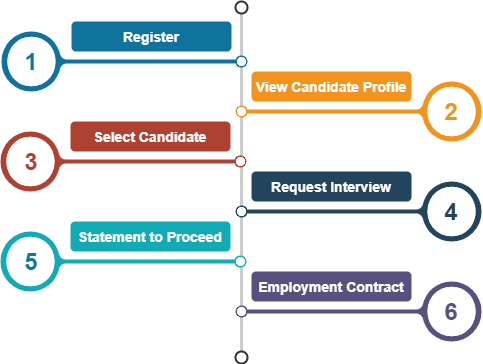
This is dist/img/process2.png from superbyte23/healthcare, a draw.io export, as it was before one commit. Source tidied: cells renumbered, new cells last; positions are measured from the earlier drawing's top-left corner, leaving out a move shared by most shapes. The source it was exported from:
```xml
<mxGraphModel>
  <root>
    <mxCell id="0" />
    <mxCell id="1" parent="0" />
    <mxCell id="2" style="endArrow=none;html=1;strokeWidth=3;strokeColor=#CCCCCC;labelBackgroundColor=none;fontSize=16;rounded=0;entryX=0.5;entryY=0;entryDx=0;entryDy=0;" parent="1" edge="1" source="3" target="4">
      <mxGeometry relative="1" as="geometry" />
    </mxCell>
    <mxCell id="3" style="ellipse;whiteSpace=wrap;html=1;shadow=0;fillColor=none;strokeColor=#333333;fontSize=16;align=center;strokeWidth=2;" parent="1" vertex="1">
      <mxGeometry x="235" width="12" height="12" as="geometry" />
    </mxCell>
    <mxCell id="4" style="ellipse;whiteSpace=wrap;html=1;shadow=0;fillColor=none;strokeColor=#333333;fontSize=16;align=center;strokeWidth=2;" parent="1" vertex="1">
      <mxGeometry x="235" y="350" width="12" height="12" as="geometry" />
    </mxCell>
    <mxCell id="5" style="verticalLabelPosition=middle;verticalAlign=middle;html=1;shape=mxgraph.infographic.circularCallout2;dy=15;strokeColor=#10739E;labelPosition=center;align=left;fontColor=#10739E;fontStyle=1;fontSize=24;shadow=0;direction=north;" parent="1" vertex="1">
      <mxGeometry x="1" y="30" width="246" height="60" as="geometry" />
    </mxCell>
    <mxCell id="6" style="verticalLabelPosition=middle;verticalAlign=middle;html=1;shape=mxgraph.infographic.circularCallout2;dy=15;strokeColor=#F2931E;labelPosition=center;align=center;fontColor=#F2931E;fontStyle=1;fontSize=24;shadow=0;direction=north;flipH=1;" parent="1" vertex="1">
      <mxGeometry x="235" y="80" width="246" height="60" as="geometry" />
    </mxCell>
    <mxCell id="7" style="verticalLabelPosition=middle;verticalAlign=middle;html=1;shape=mxgraph.infographic.circularCallout2;dy=15;strokeColor=#AE4132;labelPosition=center;align=center;fontColor=#10739E;fontStyle=1;fontSize=24;shadow=0;direction=north;" parent="1" vertex="1">
      <mxGeometry y="130" width="246" height="60" as="geometry" />
    </mxCell>
    <mxCell id="8" style="verticalLabelPosition=middle;verticalAlign=middle;html=1;shape=mxgraph.infographic.circularCallout2;dy=15;strokeColor=#23445D;labelPosition=center;align=center;fontColor=#10739E;fontStyle=1;fontSize=24;shadow=0;direction=north;flipH=1;" parent="1" vertex="1">
      <mxGeometry x="235" y="180" width="246" height="60" as="geometry" />
    </mxCell>
    <mxCell id="9" style="verticalLabelPosition=middle;verticalAlign=middle;html=1;shape=mxgraph.infographic.circularCallout2;dy=15;strokeColor=#12AAB5;labelPosition=center;align=center;fontColor=#10739E;fontStyle=1;fontSize=24;shadow=0;direction=north;" parent="1" vertex="1">
      <mxGeometry y="230" width="246" height="60" as="geometry" />
    </mxCell>
    <mxCell id="10" style="verticalLabelPosition=middle;verticalAlign=middle;html=1;shape=mxgraph.infographic.circularCallout2;dy=15;strokeColor=#56517E;labelPosition=center;align=center;fontColor=#10739E;fontStyle=1;fontSize=24;shadow=0;direction=north;flipH=1;" parent="1" vertex="1">
      <mxGeometry x="235" y="280" width="246" height="60" as="geometry" />
    </mxCell>
    <mxCell id="11" value="Register" style="strokecolor=none;rounded=1;fontColor=#FFFFFF;strokeColor=none;fontStyle=1;fontSize=14;fillColor=#10739E;" parent="1" vertex="1">
      <mxGeometry x="71" y="20" width="160" height="30" as="geometry" />
    </mxCell>
    <mxCell id="12" value="View Candidate Profile" style="fillColor=#F2931E;strokecolor=none;rounded=1;fontColor=#FFFFFF;strokeColor=none;fontStyle=1;fontSize=14;" parent="1" vertex="1">
      <mxGeometry x="251" y="70" width="160" height="30" as="geometry" />
    </mxCell>
    <mxCell id="13" value="Select Candidate" style="fillColor=#AE4132;strokecolor=none;rounded=1;fontColor=#FFFFFF;strokeColor=none;fontStyle=1;fontSize=14;" parent="1" vertex="1">
      <mxGeometry x="70" y="120" width="160" height="30" as="geometry" />
    </mxCell>
    <mxCell id="14" value="Request Interview" style="fillColor=#23445D;strokecolor=none;rounded=1;fontColor=#FFFFFF;strokeColor=none;fontStyle=1;fontSize=14;" parent="1" vertex="1">
      <mxGeometry x="251" y="170" width="160" height="30" as="geometry" />
    </mxCell>
    <mxCell id="15" value="Statement to Proceed" style="fillColor=#12AAB5;strokecolor=none;rounded=1;fontColor=#FFFFFF;strokeColor=none;fontStyle=1;fontSize=14;" parent="1" vertex="1">
      <mxGeometry x="70" y="220" width="160" height="30" as="geometry" />
    </mxCell>
    <mxCell id="16" value="Employment Contract" style="fillColor=#56517E;strokecolor=none;rounded=1;fontColor=#FFFFFF;strokeColor=none;fontStyle=1;fontSize=14;" parent="1" vertex="1">
      <mxGeometry x="251" y="270" width="160" height="30" as="geometry" />
    </mxCell>
    <mxCell id="17" value="&lt;h1&gt;1&lt;/h1&gt;" style="text;html=1;strokeColor=none;fillColor=none;align=center;verticalAlign=middle;whiteSpace=wrap;rounded=0;fontColor=#10739E;" parent="1" vertex="1">
      <mxGeometry x="11" y="50" width="40" height="20" as="geometry" />
    </mxCell>
    <mxCell id="18" value="&lt;h1&gt;2&lt;/h1&gt;" style="text;html=1;strokeColor=none;fillColor=none;align=center;verticalAlign=middle;whiteSpace=wrap;rounded=0;fontColor=#F2931E;" parent="1" vertex="1">
      <mxGeometry x="431" y="100" width="40" height="20" as="geometry" />
    </mxCell>
    <mxCell id="19" value="&lt;h1&gt;3&lt;/h1&gt;" style="text;html=1;strokeColor=none;fillColor=none;align=center;verticalAlign=middle;whiteSpace=wrap;rounded=0;fontColor=#AE4132;" parent="1" vertex="1">
      <mxGeometry x="11" y="150" width="40" height="20" as="geometry" />
    </mxCell>
    <mxCell id="20" value="&lt;h1&gt;4&lt;/h1&gt;" style="text;html=1;strokeColor=none;fillColor=none;align=center;verticalAlign=middle;whiteSpace=wrap;rounded=0;fontColor=#23445D;" parent="1" vertex="1">
      <mxGeometry x="431" y="200" width="40" height="20" as="geometry" />
    </mxCell>
    <mxCell id="21" value="&lt;h1&gt;5&lt;/h1&gt;" style="text;html=1;strokeColor=none;fillColor=none;align=center;verticalAlign=middle;whiteSpace=wrap;rounded=0;fontColor=#10739E;" parent="1" vertex="1">
      <mxGeometry x="11" y="250" width="40" height="20" as="geometry" />
    </mxCell>
    <mxCell id="22" value="&lt;h1&gt;6&lt;/h1&gt;" style="text;html=1;strokeColor=none;fillColor=none;align=center;verticalAlign=middle;whiteSpace=wrap;rounded=0;fontColor=#56517E;" parent="1" vertex="1">
      <mxGeometry x="431" y="300" width="40" height="20" as="geometry" />
    </mxCell>
  </root>
</mxGraphModel>
```
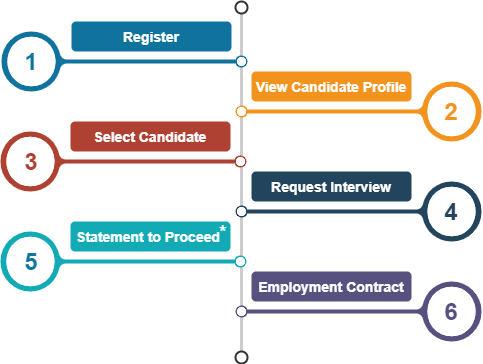
The same file after the commit.

The edit, as a diff of the source:
```diff
@@ -41,10 +41,10 @@
     <mxCell id="14" value="Request Interview" style="fillColor=#23445D;strokecolor=none;rounded=1;fontColor=#FFFFFF;strokeColor=none;fontStyle=1;fontSize=14;" parent="1" vertex="1">
       <mxGeometry x="251" y="170" width="160" height="30" as="geometry" />
     </mxCell>
-    <mxCell id="15" value="Statement to Proceed" style="fillColor=#12AAB5;strokecolor=none;rounded=1;fontColor=#FFFFFF;strokeColor=none;fontStyle=1;fontSize=14;" parent="1" vertex="1">
+    <mxCell id="15" value="Statement to Proceed " style="fillColor=#12AAB5;strokecolor=none;rounded=1;fontColor=#FFFFFF;strokeColor=none;fontStyle=1;fontSize=14;" parent="1" vertex="1">
       <mxGeometry x="70" y="220" width="160" height="30" as="geometry" />
     </mxCell>
-    <mxCell id="16" value="Employment Contract" style="fillColor=#56517E;strokecolor=none;rounded=1;fontColor=#FFFFFF;strokeColor=none;fontStyle=1;fontSize=14;" parent="1" vertex="1">
+    <mxCell id="16" value="Employment Contract" style="strokecolor=none;rounded=1;fontColor=#FFFFFF;strokeColor=none;fontStyle=1;fontSize=14;fillColor=#56517E;" parent="1" vertex="1">
       <mxGeometry x="251" y="270" width="160" height="30" as="geometry" />
     </mxCell>
     <mxCell id="17" value="&lt;h1&gt;1&lt;/h1&gt;" style="text;html=1;strokeColor=none;fillColor=none;align=center;verticalAlign=middle;whiteSpace=wrap;rounded=0;fontColor=#10739E;" parent="1" vertex="1">
@@ -65,5 +65,8 @@
     <mxCell id="22" value="&lt;h1&gt;6&lt;/h1&gt;" style="text;html=1;strokeColor=none;fillColor=none;align=center;verticalAlign=middle;whiteSpace=wrap;rounded=0;fontColor=#56517E;" parent="1" vertex="1">
       <mxGeometry x="431" y="300" width="40" height="20" as="geometry" />
     </mxCell>
+    <mxCell id="23" value="&lt;font&gt;*&lt;/font&gt;" style="text;html=1;strokeColor=none;fillColor=none;align=center;verticalAlign=middle;whiteSpace=wrap;rounded=0;fontSize=20;fontColor=#FFFAF7;" parent="1" vertex="1">
+      <mxGeometry x="218" y="231" width="10" as="geometry" />
+    </mxCell>
   </root>
 </mxGraphModel>
```
